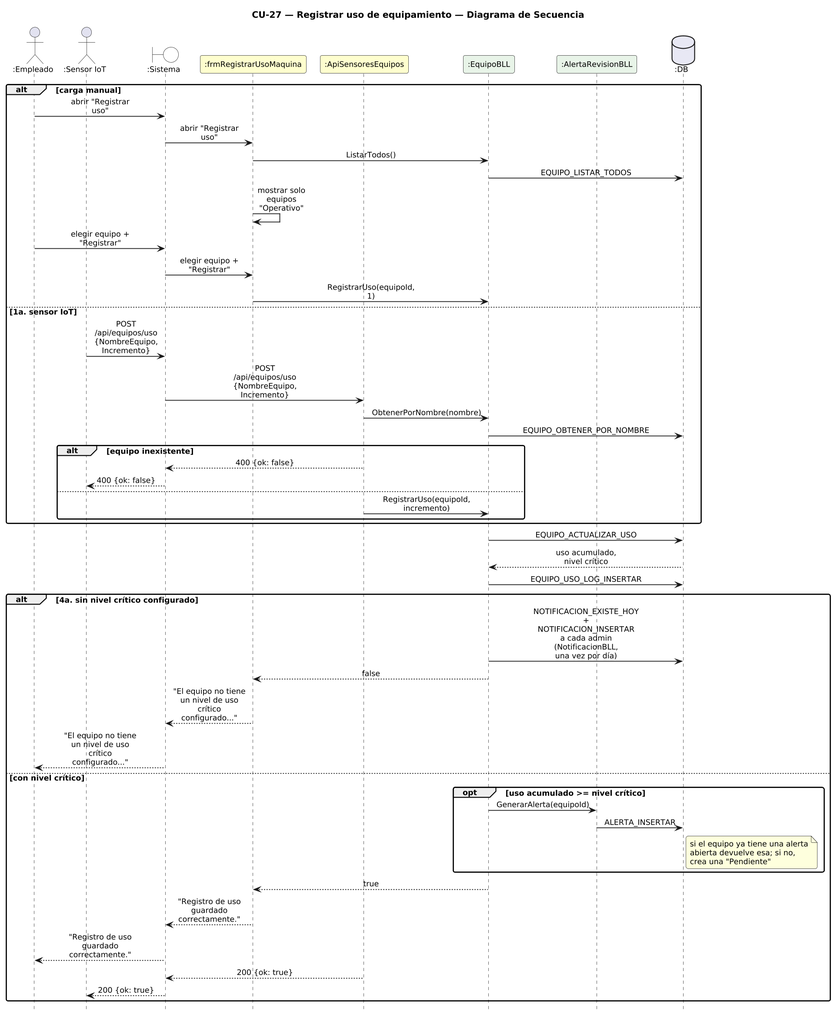
Urrels/ingenieria_software keeps this PlantUML diagram as DIAGRAMAS/DiagramaSecuencia_CU27_RegistrarUsoEquipo.png. Above is the earlier version. Its diagram source:
```plantuml
@startuml DiagramaSecuencia_CU27_RegistrarUsoEquipo

title CU-27 — Registrar uso de equipamiento — Diagrama de Secuencia

skinparam shadowing false
skinparam roundcorner 6
skinparam sequenceArrowThickness 1.2
skinparam ParticipantPadding 6
skinparam BoxPadding 4
skinparam maxMessageSize 115
skinparam sequenceMessageAlign center
skinparam defaultFontSize 12
skinparam dpi 140
hide footbox

actor ":Empleado" as E
actor ":Sensor IoT" as SI
boundary ":Sistema" as SYS #FFFFFF
participant ":frmRegistrarUsoMaquina" as F #FEFECE
participant ":ApiSensoresEquipos" as API #FEFECE
participant ":EquipoBLL" as EB #E8F4E8
participant ":AlertaRevisionBLL" as AB #E8F4E8
database ":DB" as DB #E8E8F4

alt carga manual
  E -> SYS : abrir "Registrar uso"
  SYS -> F : abrir "Registrar uso"
  F -> EB : ListarTodos()
  EB -> DB : EQUIPO_LISTAR_TODOS
  F -> F : mostrar solo equipos "Operativo"
  E -> SYS : elegir equipo + "Registrar"
  SYS -> F : elegir equipo + "Registrar"
  F -> EB : RegistrarUso(equipoId, 1)
else 1a. sensor IoT
  SI -> SYS : POST /api/equipos/uso\n{NombreEquipo, Incremento}
  SYS -> API : POST /api/equipos/uso\n{NombreEquipo, Incremento}
  API -> EB : ObtenerPorNombre(nombre)
  EB -> DB : EQUIPO_OBTENER_POR_NOMBRE
  alt equipo inexistente
    API --> SYS : 400 {ok: false}
    SYS --> SI : 400 {ok: false}
  else
    API -> EB : RegistrarUso(equipoId, incremento)
  end
end
EB -> DB : EQUIPO_ACTUALIZAR_USO
DB --> EB : uso acumulado, nivel crítico
EB -> DB : EQUIPO_USO_LOG_INSERTAR
alt 4a. sin nivel crítico configurado
  EB -> DB : NOTIFICACION_EXISTE_HOY\n+ NOTIFICACION_INSERTAR a cada admin\n(NotificacionBLL, una vez por día)
  EB --> F : false
  F --> SYS : "El equipo no tiene un nivel de uso crítico configurado..."
  SYS --> E : "El equipo no tiene un nivel de uso crítico configurado..."
else con nivel crítico
  opt uso acumulado >= nivel crítico
    EB -> AB : GenerarAlerta(equipoId)
    AB -> DB : ALERTA_INSERTAR
    note right of DB : si el equipo ya tiene una alerta\nabierta devuelve esa; si no,\ncrea una "Pendiente"
  end
  EB --> F : true
  F --> SYS : "Registro de uso guardado correctamente."
  SYS --> E : "Registro de uso guardado correctamente."
  API --> SYS : 200 {ok: true}
  SYS --> SI : 200 {ok: true}
end

@enduml
```
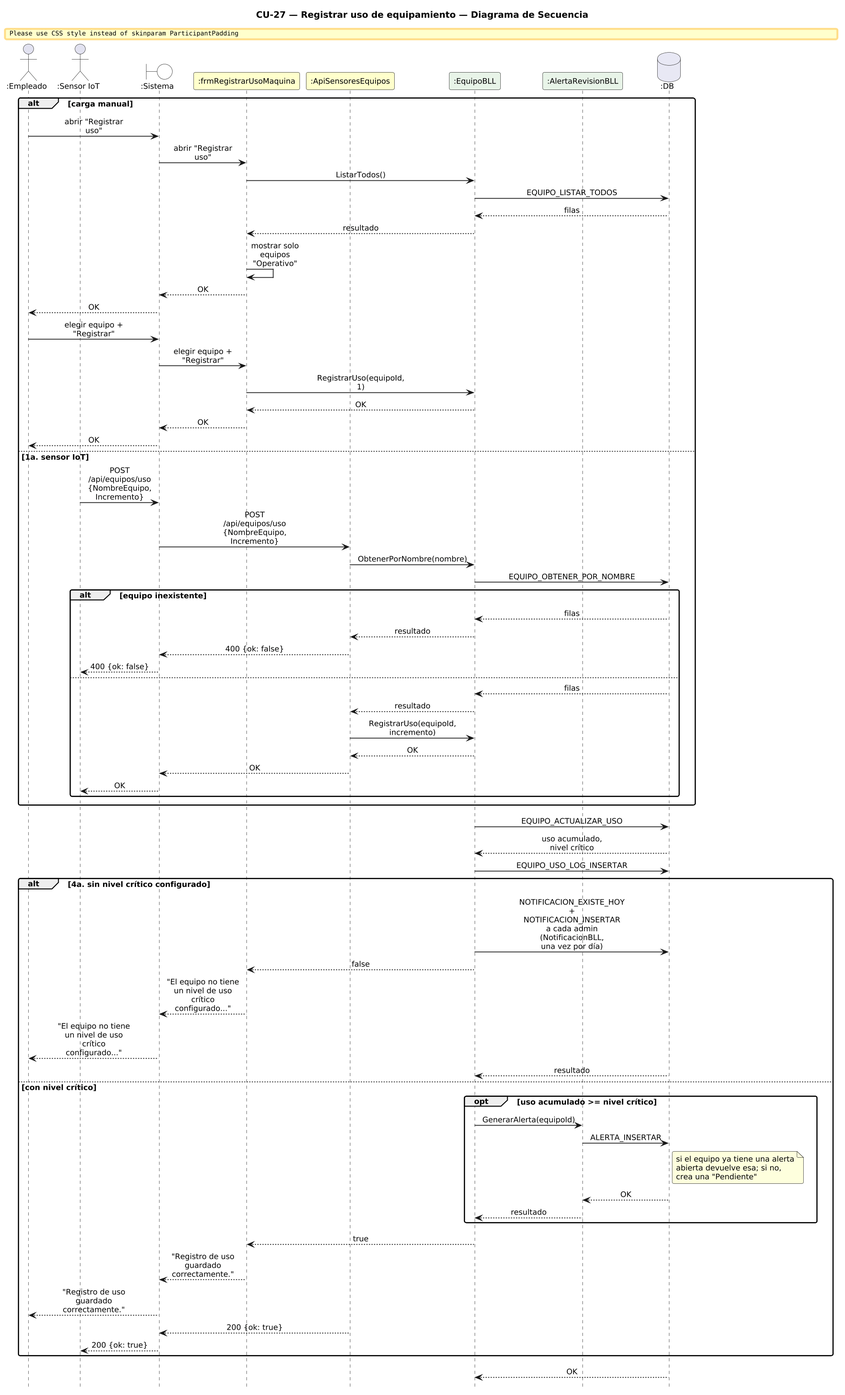
Later version of the same file.

What changed in the source:
```diff
@@ -27,20 +27,34 @@
   SYS -> F : abrir "Registrar uso"
   F -> EB : ListarTodos()
   EB -> DB : EQUIPO_LISTAR_TODOS
+  DB --> EB : filas
+  EB --> F : resultado
   F -> F : mostrar solo equipos "Operativo"
+  F --> SYS : OK
+  SYS --> E : OK
   E -> SYS : elegir equipo + "Registrar"
   SYS -> F : elegir equipo + "Registrar"
   F -> EB : RegistrarUso(equipoId, 1)
+  EB --> F : OK
+  F --> SYS : OK
+  SYS --> E : OK
 else 1a. sensor IoT
   SI -> SYS : POST /api/equipos/uso\n{NombreEquipo, Incremento}
   SYS -> API : POST /api/equipos/uso\n{NombreEquipo, Incremento}
   API -> EB : ObtenerPorNombre(nombre)
   EB -> DB : EQUIPO_OBTENER_POR_NOMBRE
   alt equipo inexistente
+    DB --> EB : filas
+    EB --> API : resultado
     API --> SYS : 400 {ok: false}
     SYS --> SI : 400 {ok: false}
   else
+    DB --> EB : filas
+    EB --> API : resultado
     API -> EB : RegistrarUso(equipoId, incremento)
+    EB --> API : OK
+    API --> SYS : OK
+    SYS --> SI : OK
   end
 end
 EB -> DB : EQUIPO_ACTUALIZAR_USO
@@ -51,11 +65,14 @@
   EB --> F : false
   F --> SYS : "El equipo no tiene un nivel de uso crítico configurado..."
   SYS --> E : "El equipo no tiene un nivel de uso crítico configurado..."
+  DB --> EB : resultado
 else con nivel crítico
   opt uso acumulado >= nivel crítico
     EB -> AB : GenerarAlerta(equipoId)
     AB -> DB : ALERTA_INSERTAR
     note right of DB : si el equipo ya tiene una alerta\nabierta devuelve esa; si no,\ncrea una "Pendiente"
+    DB --> AB : OK
+    AB --> EB : resultado
   end
   EB --> F : true
   F --> SYS : "Registro de uso guardado correctamente."
@@ -64,4 +81,5 @@
   SYS --> SI : 200 {ok: true}
 end
 
+  DB --> EB : OK
 @enduml
```
